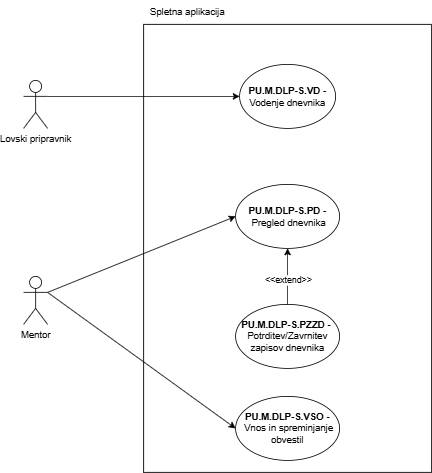
ErnestISv/Lovstvo keeps this draw.io diagram as Delo z lovskimi pripravniki-Spletna aplikacija.drawio.png. Above is the earlier version. Source tidied: cells renumbered, new cells last; positions are measured from the earlier drawing's top-left corner, leaving out a move shared by most shapes.
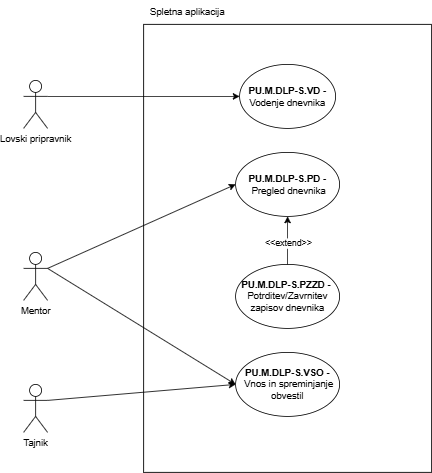
Above is the later version.

Change to the diagram source:
```diff
@@ -12,16 +12,16 @@
       <mxGeometry x="270" y="80" width="120" height="80" as="geometry" />
     </mxCell>
     <mxCell id="5" value="&lt;b&gt;PU.M.DLP-S.PZZD -&amp;nbsp;&lt;/b&gt;&lt;div&gt;Potrditev/Zavrnitev zapisov dnevnika&lt;/div&gt;" style="ellipse;whiteSpace=wrap;html=1;" parent="1" vertex="1">
-      <mxGeometry x="265" y="380" width="130" height="80" as="geometry" />
+      <mxGeometry x="265" y="330" width="130" height="80" as="geometry" />
     </mxCell>
     <mxCell id="6" value="&lt;b&gt;PU.M.DLP-S.VSO -&lt;/b&gt;&amp;nbsp;Vnos in spreminjanje obvestil" style="ellipse;whiteSpace=wrap;html=1;" parent="1" vertex="1">
-      <mxGeometry x="265" y="495" width="130" height="80" as="geometry" />
+      <mxGeometry x="265" y="440" width="130" height="80" as="geometry" />
     </mxCell>
     <mxCell id="7" value="Lovski pripravnik" style="shape=umlActor;verticalLabelPosition=bottom;verticalAlign=top;html=1;outlineConnect=0;" parent="1" vertex="1">
       <mxGeometry y="100" width="30" height="60" as="geometry" />
     </mxCell>
     <mxCell id="8" value="Mentor" style="shape=umlActor;verticalLabelPosition=bottom;verticalAlign=top;html=1;outlineConnect=0;" parent="1" vertex="1">
-      <mxGeometry y="345" width="30" height="60" as="geometry" />
+      <mxGeometry y="315" width="30" height="60" as="geometry" />
     </mxCell>
     <mxCell id="9" style="endArrow=classic;html=1;rounded=0;exitX=1;exitY=0.3333333333333333;exitDx=0;exitDy=0;exitPerimeter=0;entryX=0;entryY=0.5;entryDx=0;entryDy=0;" parent="1" edge="1" source="7" target="4">
       <mxGeometry relative="1" as="geometry" />
@@ -30,7 +30,7 @@
       <mxGeometry relative="1" as="geometry" />
     </mxCell>
     <mxCell id="11" value="&lt;b&gt;PU.M.DLP-S.PD -&lt;/b&gt;&amp;nbsp;Pregled dnevnika" style="ellipse;whiteSpace=wrap;html=1;" parent="1" vertex="1">
-      <mxGeometry x="265" y="230" width="130" height="80" as="geometry" />
+      <mxGeometry x="265" y="190" width="130" height="80" as="geometry" />
     </mxCell>
     <mxCell id="12" style="endArrow=classic;html=1;rounded=0;exitX=1;exitY=0.3333333333333333;exitDx=0;exitDy=0;exitPerimeter=0;entryX=0;entryY=0.5;entryDx=0;entryDy=0;" parent="1" edge="1" source="8" target="11">
       <mxGeometry relative="1" as="geometry" />
@@ -41,5 +41,11 @@
     <mxCell id="14" value="&amp;lt;&amp;lt;extend&amp;gt;&amp;gt;" style="edgeLabel;html=1;align=center;verticalAlign=middle;" parent="13" vertex="1">
       <mxGeometry x="-0.11" relative="1" as="geometry" />
     </mxCell>
+    <mxCell id="15" value="Tajnik" style="shape=umlActor;verticalLabelPosition=bottom;verticalAlign=top;html=1;outlineConnect=0;" parent="1" vertex="1">
+      <mxGeometry y="480" width="30" height="60" as="geometry" />
+    </mxCell>
+    <mxCell id="16" style="endArrow=classic;html=1;rounded=0;exitX=1;exitY=0.3333333333333333;exitDx=0;exitDy=0;exitPerimeter=0;entryX=0;entryY=0.5;entryDx=0;entryDy=0;" parent="1" edge="1" source="15" target="6">
+      <mxGeometry relative="1" as="geometry" />
+    </mxCell>
   </root>
 </mxGraphModel>
```
